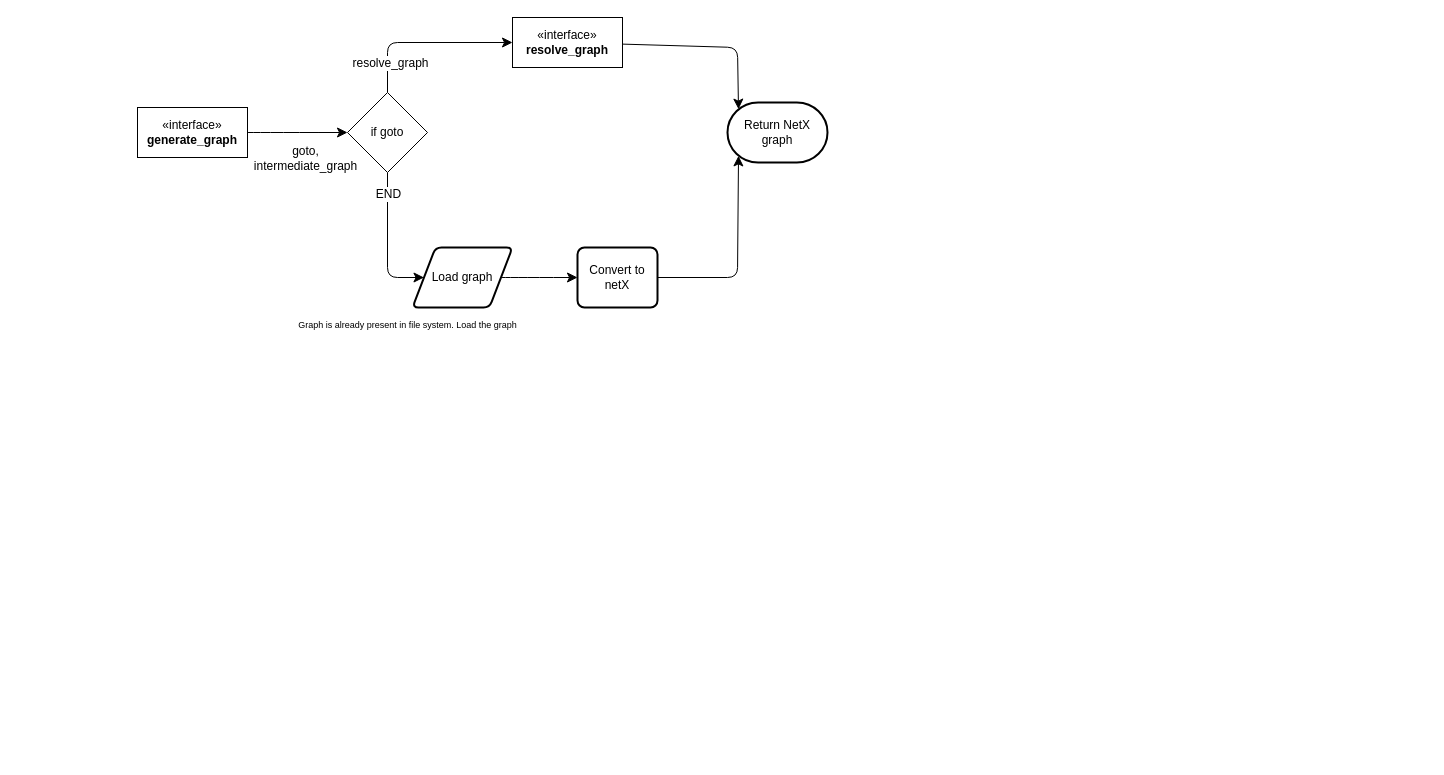
This is docs/bodhi.drawio from vivekvjnk/Bodhi, a draw.io file, before an edit. Source tidied: cells renumbered, new cells numbered last; positions are measured from the earlier drawing's top-left corner, leaving out a move shared by most shapes. Both pictures are drawn from the tidied source at 100%, with x=0, y=0 at pixel (137, 17).
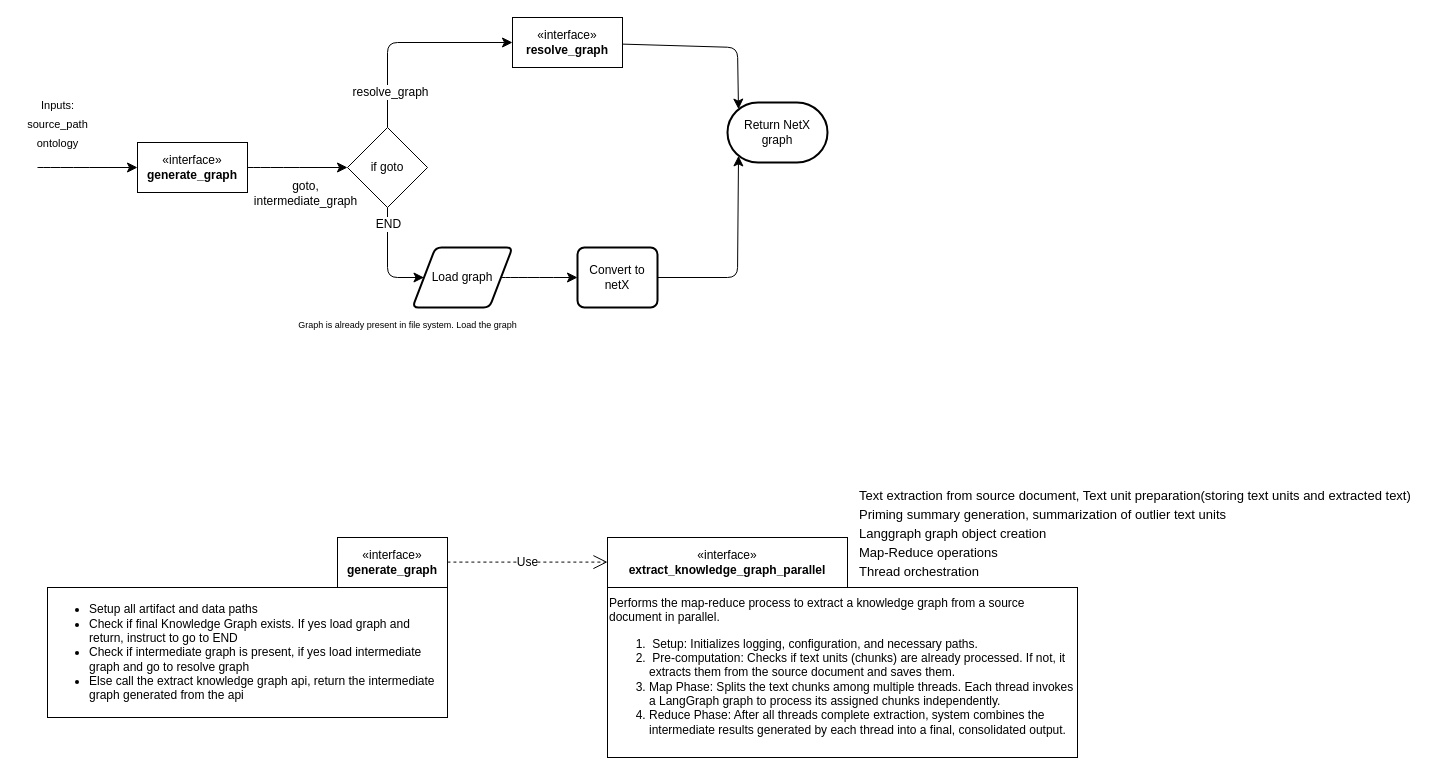
After the change.

What changed in the source:
```diff
@@
     <mxCell id="4" value="«interface»&lt;br&gt;&lt;b&gt;generate_graph&lt;/b&gt;" style="html=1;whiteSpace=wrap;" parent="1" vertex="1">
-      <mxGeometry y="90" width="110" height="50" as="geometry" />
+      <mxGeometry y="125" width="110" height="50" as="geometry" />
     </mxCell>
@@
     <mxCell id="10" value="if goto" style="rhombus;whiteSpace=wrap;html=1;" parent="1" vertex="1">
-      <mxGeometry x="210" y="75" width="80" height="80" as="geometry" />
+      <mxGeometry x="210" y="110" width="80" height="80" as="geometry" />
     </mxCell>
@@
+    <mxCell id="18" style="endArrow=classic;html=1;rounded=0;fontSize=12;startSize=8;endSize=8;curved=1;entryX=0;entryY=0.5;entryDx=0;entryDy=0;" parent="1" edge="1" target="4">
+      <mxGeometry relative="1" as="geometry">
+        <mxPoint x="-100" y="150" as="sourcePoint" />
+      </mxGeometry>
+    </mxCell>
+    <mxCell id="19" value="&lt;div&gt;&lt;font style=&quot;font-size: 11px;&quot;&gt;Inputs:&lt;/font&gt;&lt;/div&gt;&lt;div&gt;&lt;font style=&quot;font-size: 11px;&quot;&gt;source_path&lt;/font&gt;&lt;/div&gt;&lt;div&gt;&lt;font style=&quot;font-size: 11px;&quot;&gt;ontology&lt;/font&gt;&lt;/div&gt;" style="text;html=1;align=center;verticalAlign=middle;strokeColor=none;fillColor=none;fontSize=16;" parent="1" vertex="1">
+      <mxGeometry x="-120" y="70" width="80" height="70" as="geometry" />
+    </mxCell>
+    <mxCell id="20" value="«interface»&lt;br&gt;&lt;b&gt;generate_graph&lt;/b&gt;" style="html=1;whiteSpace=wrap;" parent="1" vertex="1">
+      <mxGeometry x="200" y="520" width="110" height="50" as="geometry" />
+    </mxCell>
+    <mxCell id="21" value="&lt;div align=&quot;left&quot;&gt;&lt;ul&gt;&lt;li&gt;Setup all artifact and data paths&lt;/li&gt;&lt;li&gt;Check if final Knowledge Graph exists. If yes load graph and return, instruct to go to END&lt;/li&gt;&lt;li&gt;Check if intermediate graph is present, if yes load intermediate graph and go to resolve graph&lt;/li&gt;&lt;li&gt;Else call the extract knowledge graph api, return the intermediate graph generated from the api&lt;/li&gt;&lt;/ul&gt;&lt;/div&gt;" style="rounded=0;whiteSpace=wrap;html=1;align=left;" parent="1" vertex="1">
+      <mxGeometry x="-90" y="570" width="400" height="130" as="geometry" />
+    </mxCell>
+    <mxCell id="22" value="Use" style="endArrow=open;endSize=12;dashed=1;html=1;rounded=0;fontSize=12;curved=1;" parent="1" edge="1">
+      <mxGeometry relative="1" as="geometry">
+        <mxPoint x="310" y="544.6" as="sourcePoint" />
+        <mxPoint x="470" y="544.6" as="targetPoint" />
+      </mxGeometry>
+    </mxCell>
+    <mxCell id="23" value="«interface»&lt;br&gt;&lt;b&gt;extract_knowledge_graph_parallel&lt;/b&gt;" style="html=1;whiteSpace=wrap;" parent="1" vertex="1">
+      <mxGeometry x="470" y="520" width="240" height="50" as="geometry" />
+    </mxCell>
+    <mxCell id="24" value="&lt;div&gt;Performs the map-reduce process to extract a knowledge graph from a source document in parallel.&lt;/div&gt;&lt;div&gt;&lt;ol&gt;&lt;li&gt;&amp;nbsp;Setup: Initializes logging, configuration, and necessary paths.&lt;/li&gt;&lt;li&gt;&amp;nbsp;Pre-computation: Checks if text units (chunks) are already processed. If not, it extracts them from the source document and saves them.&lt;/li&gt;&lt;li&gt;Map Phase: Splits the text chunks among multiple threads. Each thread invokes a LangGraph graph to process its assigned chunks independently.&lt;/li&gt;&lt;li&gt;Reduce Phase: After all threads complete extraction, system combines the intermediate results generated by each thread into a final, consolidated output.&lt;/li&gt;&lt;/ol&gt;&lt;/div&gt;" style="rounded=0;whiteSpace=wrap;html=1;align=left;" parent="1" vertex="1">
+      <mxGeometry x="470" y="570" width="470" height="170" as="geometry" />
+    </mxCell>
+    <mxCell id="25" value="&lt;div align=&quot;left&quot;&gt;&lt;font style=&quot;font-size: 13px;&quot;&gt;Text extraction from source document, Text unit preparation(storing text units and extracted text)&lt;/font&gt;&lt;/div&gt;&lt;div align=&quot;left&quot;&gt;&lt;font style=&quot;font-size: 13px;&quot;&gt;Priming summary generation, summarization of outlier text units&lt;/font&gt;&lt;/div&gt;&lt;div align=&quot;left&quot;&gt;&lt;font style=&quot;font-size: 13px;&quot;&gt;Langgraph graph object creation&lt;/font&gt;&lt;/div&gt;&lt;div align=&quot;left&quot;&gt;&lt;font style=&quot;font-size: 13px;&quot;&gt;Map-Reduce operations&lt;/font&gt;&lt;/div&gt;&lt;div align=&quot;left&quot;&gt;&lt;font style=&quot;font-size: 13px;&quot;&gt;Thread orchestration&lt;/font&gt;&lt;/div&gt;" style="text;html=1;align=left;verticalAlign=middle;strokeColor=none;fillColor=none;fontSize=16;" parent="1" vertex="1">
+      <mxGeometry x="720" y="460" width="570" height="110" as="geometry" />
+    </mxCell>
```
